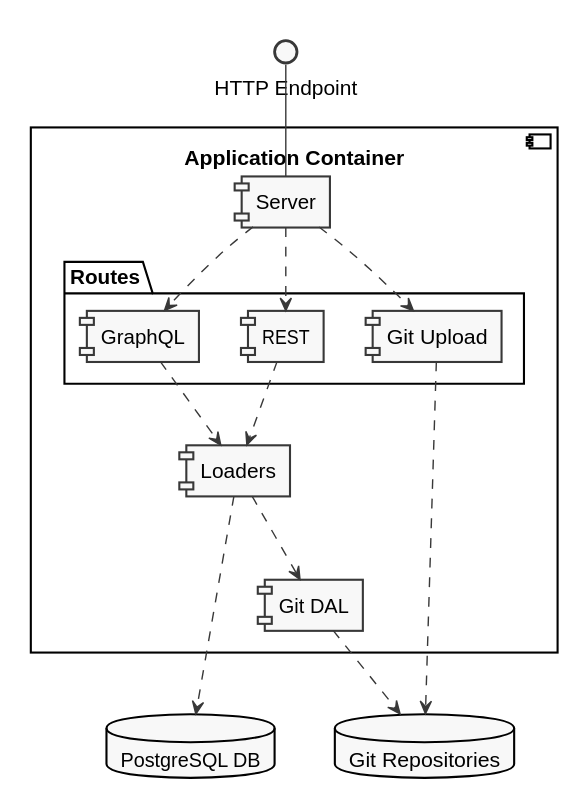
felixfbecker/olfaction keeps this PlantUML diagram as schema/components.svg. Above is the earlier version.
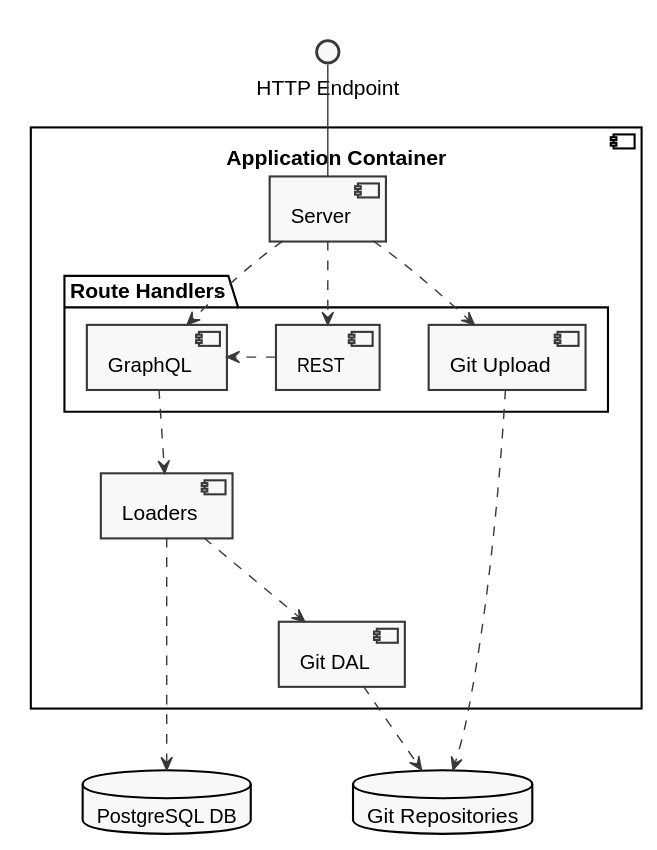
Later version of the same file.

Commit message:
Improve diagrams

What changed in the source:
```diff
@@ -3,7 +3,7 @@
 skinparam shadowing false
 skinparam backgroundColor transparent
 skinparam classBackgroundColor transparent
-
+skinparam style strictuml
 
 database "Git Repositories" as GitRepos
 database "PostgreSQL DB" as Postgres
@@ -13,10 +13,11 @@
 component "Application Container" {
   component Server
   HTTP -- Server
-  package "Routes" {
+  package "Route Handlers" {
     component "Git Upload" as GitUpload
     component "REST" as REST
     component "GraphQL" as GraphQL
+    GraphQL <.left. REST
   }
   component Loaders
   component "Git DAL" as GitDAL
@@ -25,7 +26,6 @@
   GitUpload .right.> GitRepos
   Server .down.> GraphQL
   Server .down.> REST
-  REST .down.> Loaders
   GraphQL .down.> Loaders
   Loaders .down..> Postgres
   Loaders .down.> GitDAL
```
